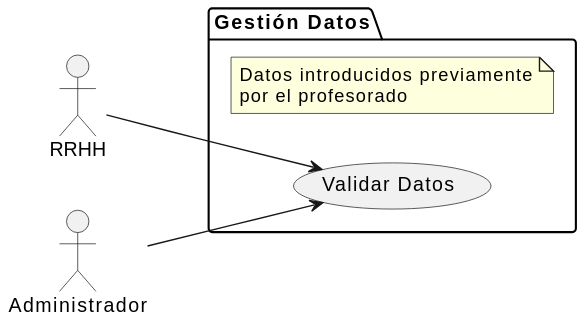
Earlier version of the PlantUML export images/modelosUML/CdU/Individuales/ValidarDatos.svg (mmasias/24-25-IdSw1-SDR). Source of this version:
```plantuml
@startuml
left to right direction

actor "RRHH" as rrhh
actor "Administrador" as admin

package "Gestión Datos" as gestDatosPackage {
    usecase "Validar Datos" as valDatos
    note "Datos introducidos previamente\npor el profesorado" as notaGestDatos
}

rrhh --> valDatos
admin --> valDatos
@enduml
```
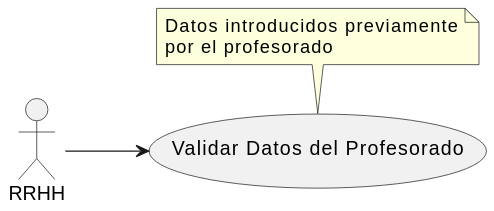
After the commit.

Change to the diagram source:
```diff
@@ -2,13 +2,12 @@
 left to right direction
 
 actor "RRHH" as rrhh
-actor "Administrador" as admin
 
-package "Gestión Datos" as gestDatosPackage {
-    usecase "Validar Datos" as valDatos
-    note "Datos introducidos previamente\npor el profesorado" as notaGestDatos
-}
+usecase "Validar Datos del Profesorado" as valDatos
+note top of valDatos
+    Datos introducidos previamente
+    por el profesorado
+end note
 
 rrhh --> valDatos
-admin --> valDatos
 @enduml
```
